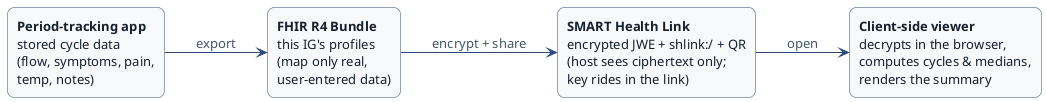
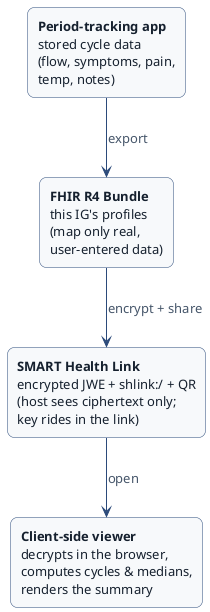
@startuml
skinparam shadowing false
skinparam defaultFontName Helvetica
skinparam defaultFontSize 13
skinparam ArrowColor #2B4A7A
skinparam ArrowFontColor #46566A
skinparam rectangle {
  BackgroundColor #F7F9FB
  BorderColor #2B4A7A
  FontColor #15202E
  roundCorner 14
}
- left to right direction
+ top to bottom direction
rectangle "**Period-tracking app**\nstored cycle data\n(flow, symptoms, pain,\ntemp, notes)" as A
rectangle "**FHIR R4 Bundle**\nthis IG's profiles\n(map only real,\nuser-entered data)" as B
rectangle "**SMART Health Link**\nencrypted JWE + shlink:/ + QR\n(host sees ciphertext only;\nkey rides in the link)" as C
rectangle "**Client-side viewer**\ndecrypts in the browser,\ncomputes cycles & medians,\nrenders the summary" as D
A --> B : export
B --> C : encrypt + share
C --> D : open
@enduml
